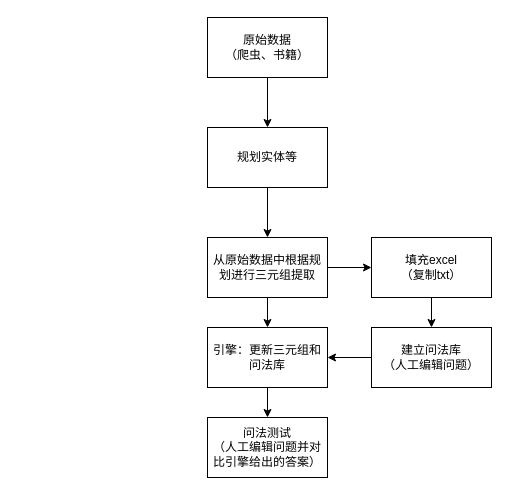
Above: 农事1.drawio in yzy1421/Amateur-women-basketball-in-China (draw.io), before the change. Source tidied: cells renumbered, new cells numbered last; positions are measured from the earlier drawing's top-left corner, leaving out a move shared by most shapes. Both pictures are drawn from the tidied source at 100%, with x=0, y=0 at pixel (207, 17).
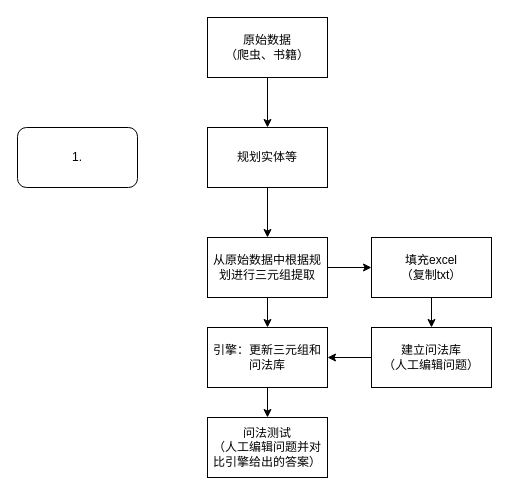
The same diagram, later.

Change to the diagram source:
```diff
@@
 <mxGraphModel>
   <root>
     <mxCell id="0" />
     <mxCell id="1" parent="0" />
     <mxCell id="2" style="edgeStyle=orthogonalEdgeStyle;rounded=0;jettySize=auto;html=1;exitX=0.5;exitY=1;exitDx=0;exitDy=0;" parent="1" edge="1" source="3" target="5">
       <mxGeometry relative="1" as="geometry" />
     </mxCell>
     <mxCell id="3" value="原始数据&lt;br&gt;（爬虫、书籍）" style="rounded=0;whiteSpace=wrap;html=1;" parent="1" vertex="1">
       <mxGeometry width="120" height="60" as="geometry" />
     </mxCell>
     <mxCell id="4" style="edgeStyle=orthogonalEdgeStyle;rounded=0;jettySize=auto;html=1;exitX=0.5;exitY=1;exitDx=0;exitDy=0;" parent="1" edge="1" source="5" target="8">
       <mxGeometry relative="1" as="geometry" />
     </mxCell>
     <mxCell id="5" value="规划实体等" style="rounded=0;whiteSpace=wrap;html=1;" parent="1" vertex="1">
       <mxGeometry y="110" width="120" height="60" as="geometry" />
     </mxCell>
     <mxCell id="6" style="edgeStyle=orthogonalEdgeStyle;rounded=0;jettySize=auto;html=1;exitX=0.5;exitY=1;exitDx=0;exitDy=0;" parent="1" edge="1" source="8" target="14">
       <mxGeometry relative="1" as="geometry" />
     </mxCell>
     <mxCell id="7" style="edgeStyle=orthogonalEdgeStyle;rounded=0;jettySize=auto;html=1;exitX=1;exitY=0.5;exitDx=0;exitDy=0;entryX=0;entryY=0.5;entryDx=0;entryDy=0;" parent="1" edge="1" source="8" target="10">
       <mxGeometry relative="1" as="geometry" />
     </mxCell>
     <mxCell id="8" value="从原始数据中根据规划进行三元组提取" style="rounded=0;whiteSpace=wrap;html=1;" parent="1" vertex="1">
       <mxGeometry y="220" width="120" height="60" as="geometry" />
     </mxCell>
     <mxCell id="9" style="edgeStyle=orthogonalEdgeStyle;rounded=0;jettySize=auto;html=1;exitX=0.5;exitY=1;exitDx=0;exitDy=0;entryX=0.5;entryY=0;entryDx=0;entryDy=0;" parent="1" edge="1" source="10" target="12">
       <mxGeometry relative="1" as="geometry" />
     </mxCell>
     <mxCell id="10" value="填充excel&lt;br&gt;（复制txt）" style="rounded=0;whiteSpace=wrap;html=1;" parent="1" vertex="1">
       <mxGeometry x="164" y="220" width="120" height="60" as="geometry" />
     </mxCell>
     <mxCell id="11" style="edgeStyle=orthogonalEdgeStyle;rounded=0;jettySize=auto;html=1;exitX=0;exitY=0.5;exitDx=0;exitDy=0;" parent="1" edge="1" source="12" target="14">
       <mxGeometry relative="1" as="geometry" />
     </mxCell>
     <mxCell id="12" value="建立问法库&lt;br&gt;（人工编辑问题）" style="rounded=0;whiteSpace=wrap;html=1;" parent="1" vertex="1">
       <mxGeometry x="164" y="310" width="120" height="60" as="geometry" />
     </mxCell>
     <mxCell id="13" style="edgeStyle=orthogonalEdgeStyle;rounded=0;jettySize=auto;html=1;exitX=0.5;exitY=1;exitDx=0;exitDy=0;entryX=0.5;entryY=0;entryDx=0;entryDy=0;" parent="1" edge="1" source="14" target="15">
       <mxGeometry relative="1" as="geometry" />
     </mxCell>
     <mxCell id="14" value="引擎：更新三元组和问法库" style="rounded=0;whiteSpace=wrap;html=1;" parent="1" vertex="1">
       <mxGeometry y="310" width="120" height="60" as="geometry" />
     </mxCell>
     <mxCell id="15" value="问法测试&lt;br&gt;（人工编辑问题并对比引擎给出的答案）" style="rounded=0;whiteSpace=wrap;html=1;" parent="1" vertex="1">
       <mxGeometry y="400" width="120" height="60" as="geometry" />
     </mxCell>
+    <mxCell id="16" value="1." style="rounded=1;whiteSpace=wrap;html=1;" parent="1" vertex="1">
+      <mxGeometry x="-190" y="110" width="120" height="60" as="geometry" />
+    </mxCell>
   </root>
 </mxGraphModel>
```
